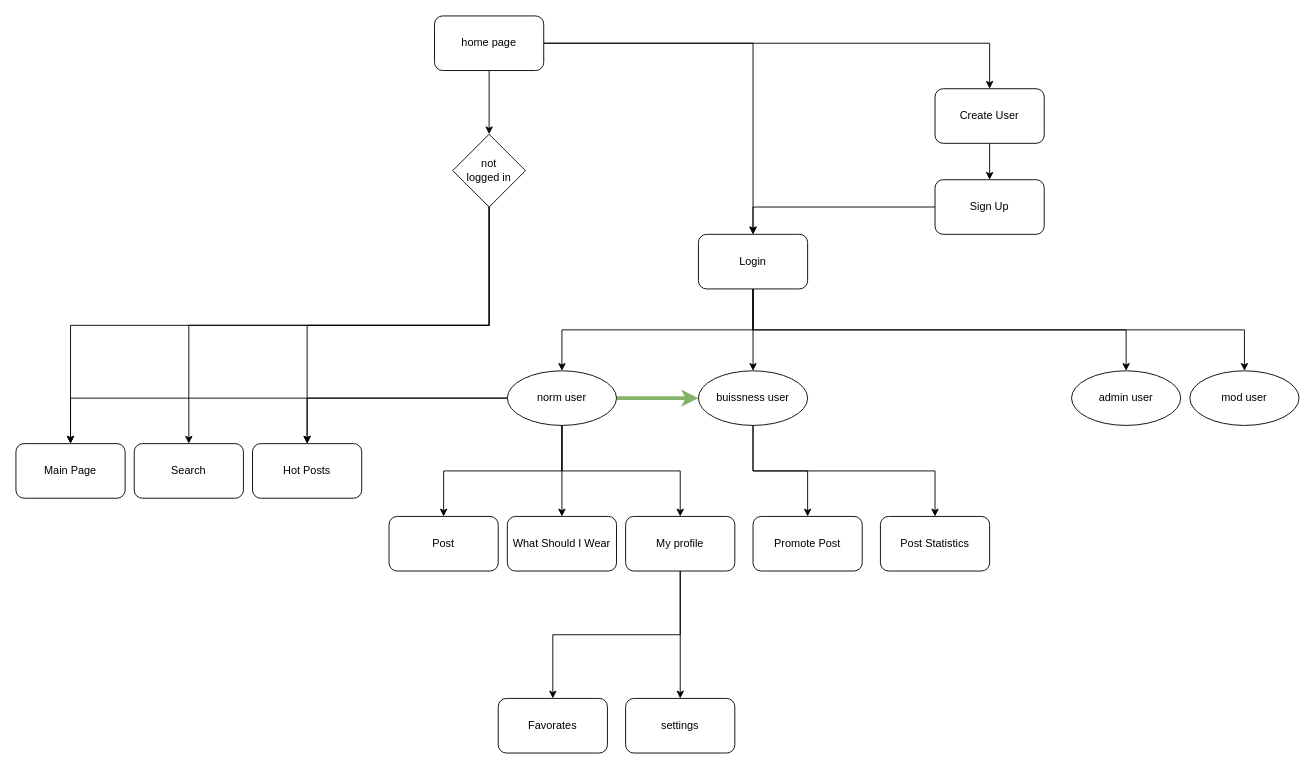
Above: Flow chart.drawio in Vefthrounn-Verkefni/verkefna-repo (draw.io), before the change. Source tidied: cells renumbered, new cells numbered last; positions are measured from the earlier drawing's top-left corner, leaving out a move shared by most shapes. Both pictures are drawn from the tidied source at 91%, with x=0, y=0 at pixel (15, 15).
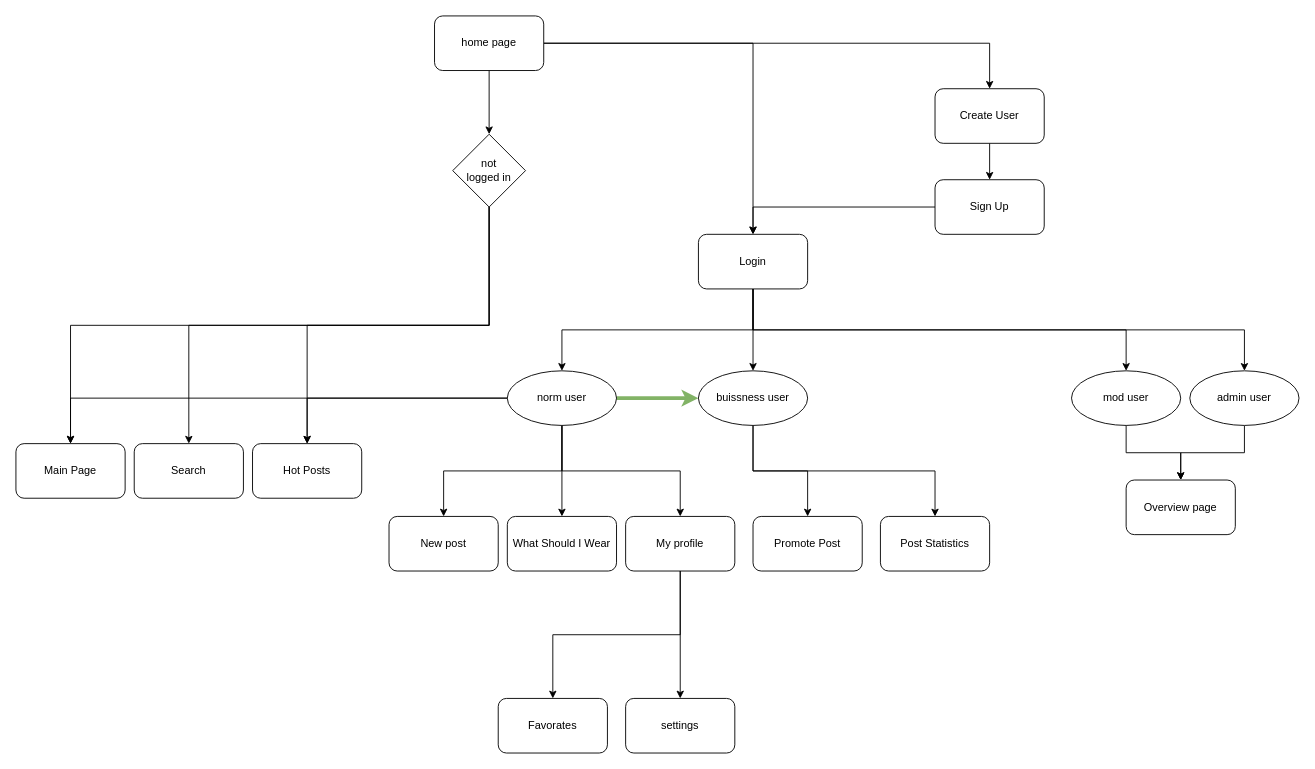
The same page after the edit.

Change to the diagram source:
```diff
@@
+    <mxCell id="43" style="edgeStyle=orthogonalEdgeStyle;rounded=0;jettySize=auto;html=1;exitX=0.5;exitY=1;exitDx=0;exitDy=0;entryX=0.5;entryY=0;entryDx=0;entryDy=0;" parent="1" edge="1" source="14" target="45">
+      <mxGeometry relative="1" as="geometry" />
+    </mxCell>
-    <mxCell id="14" value="mod user" style="ellipse;whiteSpace=wrap;html=1;fontFamily=Helvetica;fontSize=12;fontColor=#000000;align=center;strokeColor=#000000;fillColor=#ffffff;" parent="1" vertex="1">
+    <mxCell id="14" value="admin user" style="ellipse;whiteSpace=wrap;html=1;fontFamily=Helvetica;fontSize=12;fontColor=#000000;align=center;strokeColor=#000000;fillColor=#ffffff;" parent="1" vertex="1">
       <mxGeometry x="1290" y="390" width="120" height="60" as="geometry" />
     </mxCell>
+    <mxCell id="44" style="edgeStyle=orthogonalEdgeStyle;rounded=0;jettySize=auto;html=1;exitX=0.5;exitY=1;exitDx=0;exitDy=0;entryX=0.5;entryY=0;entryDx=0;entryDy=0;" parent="1" edge="1" source="15" target="45">
+      <mxGeometry relative="1" as="geometry" />
+    </mxCell>
-    <mxCell id="15" value="admin user" style="ellipse;whiteSpace=wrap;html=1;fontFamily=Helvetica;fontSize=12;fontColor=#000000;align=center;strokeColor=#000000;fillColor=#ffffff;" parent="1" vertex="1">
+    <mxCell id="15" value="mod user" style="ellipse;whiteSpace=wrap;html=1;fontFamily=Helvetica;fontSize=12;fontColor=#000000;align=center;strokeColor=#000000;fillColor=#ffffff;" parent="1" vertex="1">
       <mxGeometry x="1160" y="390" width="120" height="60" as="geometry" />
     </mxCell>
@@
-    <mxCell id="31" value="Post" style="rounded=1;whiteSpace=wrap;html=1;" parent="1" vertex="1">
+    <mxCell id="31" value="New post" style="rounded=1;whiteSpace=wrap;html=1;" parent="1" vertex="1">
       <mxGeometry x="410" y="550" width="120" height="60" as="geometry" />
     </mxCell>
@@
+    <mxCell id="45" value="Overview page" style="rounded=1;whiteSpace=wrap;html=1;" parent="1" vertex="1">
+      <mxGeometry x="1220" y="510" width="120" height="60" as="geometry" />
+    </mxCell>
```
